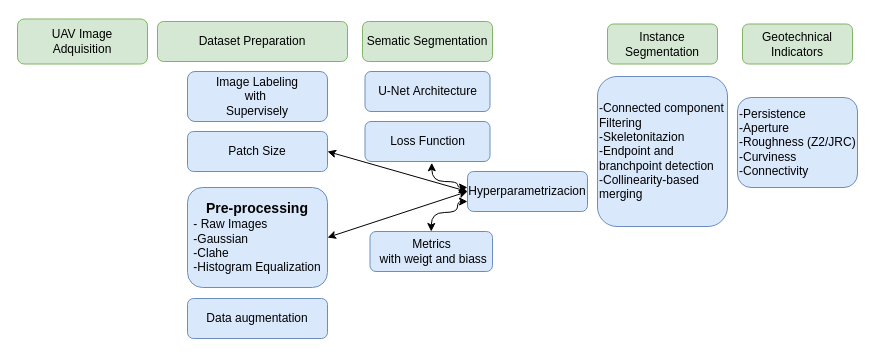
This is wfpaper.drawio from JosepAnSabate/riotinto-graphs, a draw.io file, before an edit. Source tidied: cells renumbered, new cells numbered last; positions are measured from the earlier drawing's top-left corner, leaving out a move shared by most shapes. Both pictures are drawn from the tidied source at 100%, with x=0, y=0 at pixel (17, 19).
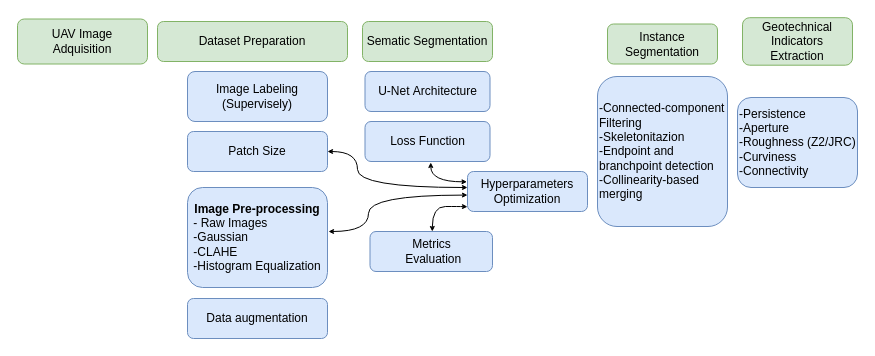
After the change.

The change refers to these unchanged cells:
```xml
<mxCell id="13" value="Loss Function" style="rounded=1;whiteSpace=wrap;html=1;fillColor=#dae8fc;strokeColor=#6c8ebf;" parent="1" vertex="1">
  <mxGeometry x="347.5" y="102" width="125" height="40" as="geometry" />
</mxCell>
<mxCell id="15" value="Patch Size" style="rounded=1;whiteSpace=wrap;html=1;fillColor=#dae8fc;strokeColor=#6c8ebf;" parent="1" vertex="1">
  <mxGeometry x="170" y="112" width="140" height="40" as="geometry" />
</mxCell>
```

What changed in the source:
```diff
@@
-    <mxCell id="2" value="&lt;div&gt;&lt;font style=&quot;font-size: 14px;&quot;&gt;&lt;b&gt;Pre-processing&lt;/b&gt;&lt;/font&gt;&lt;br&gt;&lt;/div&gt;&lt;div align=&quot;left&quot;&gt;- Raw Images&lt;/div&gt;&lt;div align=&quot;left&quot;&gt;-Gaussian&lt;/div&gt;&lt;div align=&quot;left&quot;&gt;-Clahe&lt;/div&gt;&lt;div align=&quot;left&quot;&gt;-Histogram Equalization &lt;/div&gt;" style="rounded=1;whiteSpace=wrap;html=1;fillColor=#dae8fc;strokeColor=#6c8ebf;" parent="1" vertex="1">
+    <mxCell id="2" value="&lt;div&gt;&lt;font&gt;&lt;b&gt;Image Pre-processing&lt;/b&gt;&lt;/font&gt;&lt;/div&gt;&lt;div align=&quot;left&quot;&gt;- Raw Images&lt;/div&gt;&lt;div align=&quot;left&quot;&gt;-Gaussian&lt;/div&gt;&lt;div align=&quot;left&quot;&gt;-CLAHE&lt;/div&gt;&lt;div align=&quot;left&quot;&gt;-Histogram Equalization &lt;/div&gt;" style="rounded=1;whiteSpace=wrap;html=1;fillColor=#dae8fc;strokeColor=#6c8ebf;" parent="1" vertex="1">
       <mxGeometry x="170" y="168" width="140" height="100" as="geometry" />
     </mxCell>
@@
-    <mxCell id="6" value="&lt;div&gt;Metrics&lt;/div&gt;&lt;div&gt;&amp;nbsp;with weigt and biass &lt;/div&gt;" style="rounded=1;whiteSpace=wrap;html=1;fillColor=#dae8fc;strokeColor=#6c8ebf;" parent="1" vertex="1">
+    <mxCell id="6" value="&lt;div&gt;Metrics&lt;/div&gt;&lt;div&gt;&amp;nbsp;Evaluation &lt;/div&gt;" style="rounded=1;whiteSpace=wrap;html=1;fillColor=#dae8fc;strokeColor=#6c8ebf;" parent="1" vertex="1">
       <mxGeometry x="352.5" y="212" width="122.5" height="40" as="geometry" />
     </mxCell>
-    <mxCell id="7" value="&lt;div&gt;Hyperparametrizacion&lt;/div&gt;" style="rounded=1;whiteSpace=wrap;html=1;fillColor=#dae8fc;strokeColor=#6c8ebf;" parent="1" vertex="1">
+    <mxCell id="7" value="&lt;div&gt;Hyperparameters&lt;/div&gt;&lt;div&gt;Optimization&lt;br&gt;&lt;/div&gt;" style="rounded=1;whiteSpace=wrap;html=1;fillColor=#dae8fc;strokeColor=#6c8ebf;" parent="1" vertex="1">
       <mxGeometry x="450" y="152" width="120" height="40" as="geometry" />
     </mxCell>
@@
-    <mxCell id="9" value="&lt;div&gt;Image Labeling&lt;/div&gt;&lt;div&gt;with&amp;nbsp;&lt;/div&gt;&lt;div&gt;Supervisely&lt;br&gt;&lt;/div&gt;" style="rounded=1;whiteSpace=wrap;html=1;fillColor=#dae8fc;strokeColor=#6c8ebf;" parent="1" vertex="1">
+    <mxCell id="9" value="&lt;div&gt;Image Labeling &lt;br&gt;&lt;/div&gt;&lt;div&gt;(Supervisely)&lt;br&gt;&lt;/div&gt;" style="rounded=1;whiteSpace=wrap;html=1;fillColor=#dae8fc;strokeColor=#6c8ebf;" parent="1" vertex="1">
       <mxGeometry x="170" y="52" width="140" height="50" as="geometry" />
     </mxCell>
@@
-    <mxCell id="12" value="Geotechnical Indicators" style="rounded=1;whiteSpace=wrap;html=1;fillColor=#d5e8d4;strokeColor=#82b366;" parent="1" vertex="1">
-      <mxGeometry x="725" y="4.5" width="110" height="40" as="geometry" />
+    <mxCell id="12" value="&lt;div&gt;Geotechnical Indicators&lt;/div&gt;&lt;div&gt;Extraction&lt;br&gt;&lt;/div&gt;" style="rounded=1;whiteSpace=wrap;html=1;fillColor=#d5e8d4;strokeColor=#82b366;" parent="1" vertex="1">
+      <mxGeometry x="725" y="-1.8" width="110" height="47.5" as="geometry" />
     </mxCell>
@@
-    <mxCell id="14" value="&lt;div align=&quot;left&quot;&gt;-Connected component Filtering&lt;/div&gt;&lt;div align=&quot;left&quot;&gt;-Skeletonitazion&lt;/div&gt;&lt;div align=&quot;left&quot;&gt;-Endpoint and branchpoint detection&lt;/div&gt;&lt;div align=&quot;left&quot;&gt;-Collinearity-based merging&lt;br&gt;&lt;/div&gt;" style="rounded=1;whiteSpace=wrap;html=1;fillColor=#dae8fc;strokeColor=#6c8ebf;align=left;" parent="1" vertex="1">
+    <mxCell id="14" value="&lt;div align=&quot;left&quot;&gt;-Connected-component Filtering&lt;/div&gt;&lt;div align=&quot;left&quot;&gt;-Skeletonitazion&lt;/div&gt;&lt;div align=&quot;left&quot;&gt;-Endpoint and branchpoint detection&lt;/div&gt;&lt;div align=&quot;left&quot;&gt;-Collinearity-based merging&lt;br&gt;&lt;/div&gt;" style="rounded=1;whiteSpace=wrap;html=1;fillColor=#dae8fc;strokeColor=#6c8ebf;align=left;" parent="1" vertex="1">
       <mxGeometry x="580" y="57" width="130" height="150" as="geometry" />
     </mxCell>
@@
-    <mxCell id="16" style="endArrow=classic;startArrow=classic;html=1;rounded=0;exitX=0.5;exitY=0;exitDx=0;exitDy=0;edgeStyle=orthogonalEdgeStyle;curved=1;entryX=0;entryY=0.75;entryDx=0;entryDy=0;" parent="1" edge="1" source="6" target="7">
+    <mxCell id="16" style="endArrow=classic;startArrow=classic;html=1;rounded=0;exitX=0.5;exitY=0;exitDx=0;exitDy=0;edgeStyle=orthogonalEdgeStyle;curved=1;entryX=-0.009;entryY=0.879;entryDx=0;entryDy=0;entryPerimeter=0;endSize=3;startSize=3;" parent="1" edge="1">
       <mxGeometry relative="1" as="geometry">
+        <mxPoint x="414.8" y="212" as="sourcePoint" />
+        <mxPoint x="450" y="187.2" as="targetPoint" />
         <Array as="points">
-          <mxPoint x="414" y="193" />
-          <mxPoint x="440" y="193" />
-          <mxPoint x="440" y="182" />
+          <mxPoint x="415" y="187" />
+          <mxPoint x="441" y="187" />
         </Array>
       </mxGeometry>
     </mxCell>
-    <mxCell id="17" style="endArrow=classic;startArrow=classic;html=1;rounded=0;edgeStyle=orthogonalEdgeStyle;curved=1;entryX=0;entryY=0.75;entryDx=0;entryDy=0;exitX=0.534;exitY=1.032;exitDx=0;exitDy=0;exitPerimeter=0;" parent="1" edge="1" source="13">
-      <mxGeometry relative="1" as="geometry">
-        <mxPoint x="450" y="168" as="targetPoint" />
-        <Array as="points">
-          <mxPoint x="414" y="162" />
-          <mxPoint x="440" y="162" />
-          <mxPoint x="440" y="168" />
-        </Array>
-      </mxGeometry>
+    <mxCell id="17" style="endArrow=classic;startArrow=classic;html=1;rounded=0;edgeStyle=orthogonalEdgeStyle;curved=1;exitX=0.526;exitY=1.024;exitDx=0;exitDy=0;exitPerimeter=0;startSize=3;endSize=3;entryX=-0.004;entryY=0.258;entryDx=0;entryDy=0;entryPerimeter=0;" parent="1" edge="1" source="13" target="7">
+      <mxGeometry relative="1" as="geometry" />
     </mxCell>
-    <mxCell id="18" style="endArrow=classic;startArrow=classic;html=1;rounded=0;exitX=1;exitY=0.5;exitDx=0;exitDy=0;" parent="1" edge="1" source="15">
+    <mxCell id="18" style="endArrow=classic;startArrow=classic;html=1;rounded=0;exitX=1;exitY=0.5;exitDx=0;exitDy=0;edgeStyle=orthogonalEdgeStyle;curved=1;startSize=3;endSize=3;" parent="1" edge="1" source="15">
       <mxGeometry relative="1" as="geometry">
-        <mxPoint x="450" y="172" as="targetPoint" />
+        <mxPoint x="450" y="168" as="targetPoint" />
+        <Array as="points">
+          <mxPoint x="340" y="132" />
+          <mxPoint x="340" y="168" />
+        </Array>
       </mxGeometry>
     </mxCell>
-    <mxCell id="19" style="endArrow=classic;startArrow=classic;html=1;rounded=0;" parent="1" edge="1">
+    <mxCell id="19" style="endArrow=classic;startArrow=classic;html=1;rounded=0;edgeStyle=orthogonalEdgeStyle;curved=1;startSize=3;endSize=3;entryX=-0.008;entryY=0.589;entryDx=0;entryDy=0;entryPerimeter=0;" parent="1" edge="1">
       <mxGeometry relative="1" as="geometry">
-        <mxPoint x="310" y="218" as="sourcePoint" />
-        <mxPoint x="450" y="172" as="targetPoint" />
+        <mxPoint x="311" y="212" as="sourcePoint" />
+        <mxPoint x="450" y="175.6" as="targetPoint" />
+        <Array as="points">
+          <mxPoint x="351" y="212" />
+          <mxPoint x="351" y="176" />
+          <mxPoint x="450" y="176" />
+        </Array>
       </mxGeometry>
     </mxCell>
```
